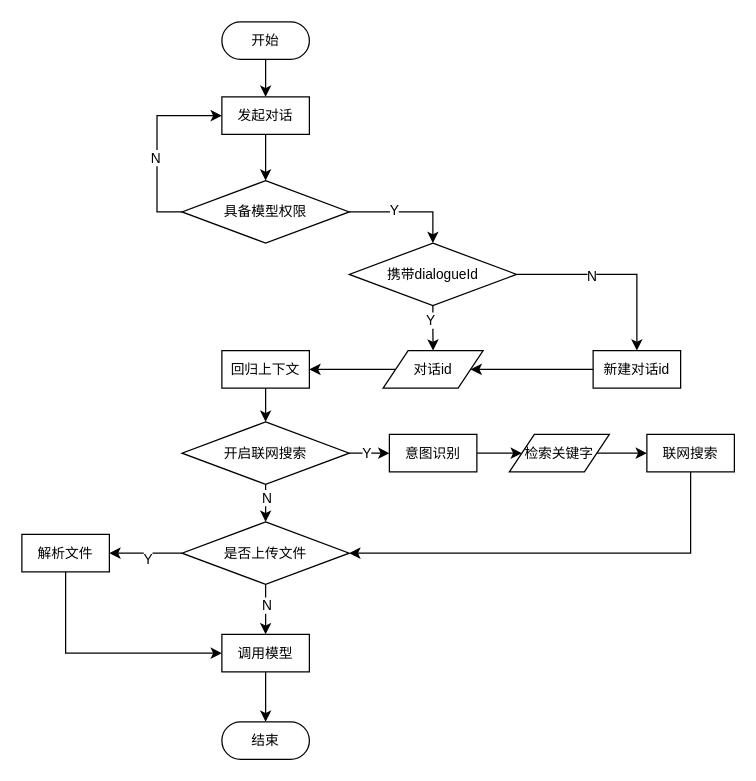
This is page "第 5 页" (5 of 21) of 程序流程图合集.drawio from Chentx1243/draw.io, a draw.io file, before an edit. Source tidied: cells renumbered, new cells numbered last; positions are measured from the earlier drawing's top-left corner, leaving out a move shared by most shapes. Both pictures are drawn from the tidied source at 125%, with x=0, y=0 at pixel (21, 21).
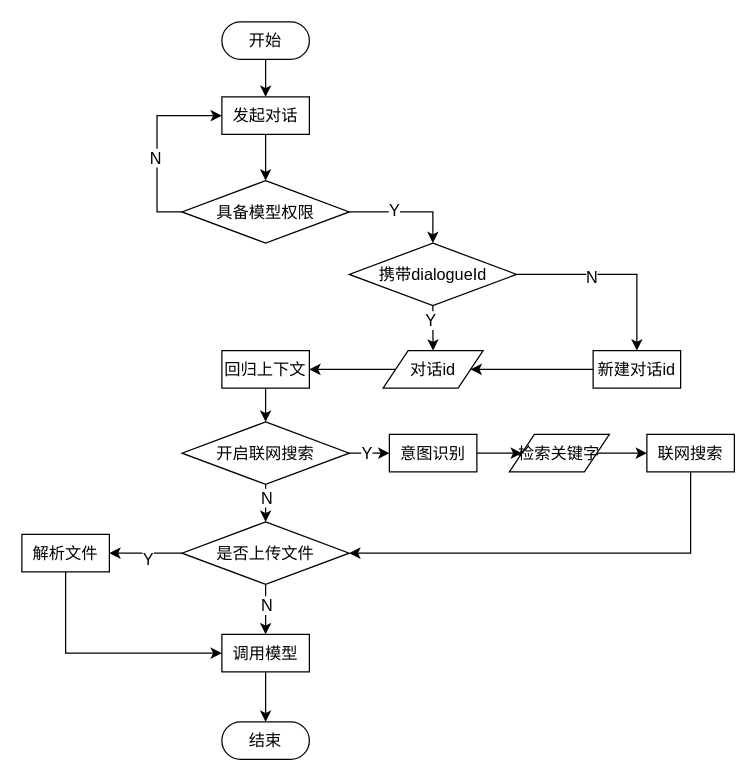
After the change.

Diff of the diagram source:
```diff
@@
-    <mxCell id="2" style="edgeStyle=orthogonalEdgeStyle;rounded=0;jettySize=auto;html=1;" parent="1" edge="1" source="3" target="5">
+    <mxCell id="2" style="edgeStyle=orthogonalEdgeStyle;rounded=0;jettySize=auto;html=1;fontSize=13;fontFamily=宋体;" parent="1" edge="1" source="3" target="5">
       <mxGeometry relative="1" as="geometry" />
     </mxCell>
-    <mxCell id="3" value="&lt;font face=&quot;宋体&quot; style=&quot;font-size: 11px;&quot;&gt;开始&lt;/font&gt;" style="rounded=1;whiteSpace=wrap;html=1;arcSize=50;" parent="1" vertex="1">
+    <mxCell id="3" value="&lt;font&gt;开始&lt;/font&gt;" style="rounded=1;whiteSpace=wrap;html=1;arcSize=50;fontSize=13;fontFamily=宋体;" parent="1" vertex="1">
       <mxGeometry x="160" width="70" height="30" as="geometry" />
     </mxCell>
-    <mxCell id="4" style="edgeStyle=orthogonalEdgeStyle;rounded=0;jettySize=auto;html=1;" parent="1" edge="1" source="5" target="10">
+    <mxCell id="4" style="edgeStyle=orthogonalEdgeStyle;rounded=0;jettySize=auto;html=1;fontSize=13;fontFamily=宋体;" parent="1" edge="1" source="5" target="10">
       <mxGeometry relative="1" as="geometry" />
     </mxCell>
-    <mxCell id="5" value="&lt;font face=&quot;宋体&quot;&gt;&lt;span style=&quot;font-size: 11px;&quot;&gt;发起对话&lt;/span&gt;&lt;/font&gt;" style="rounded=0;whiteSpace=wrap;html=1;" parent="1" vertex="1">
+    <mxCell id="5" value="&lt;font&gt;&lt;span&gt;发起对话&lt;/span&gt;&lt;/font&gt;" style="rounded=0;whiteSpace=wrap;html=1;fontSize=13;fontFamily=宋体;" parent="1" vertex="1">
       <mxGeometry x="160" y="60" width="70" height="30" as="geometry" />
     </mxCell>
-    <mxCell id="6" style="edgeStyle=orthogonalEdgeStyle;rounded=0;jettySize=auto;html=1;entryX=0;entryY=0.5;entryDx=0;entryDy=0;exitX=0;exitY=0.5;exitDx=0;exitDy=0;" parent="1" edge="1" source="10" target="5">
+    <mxCell id="6" style="edgeStyle=orthogonalEdgeStyle;rounded=0;jettySize=auto;html=1;entryX=0;entryY=0.5;entryDx=0;entryDy=0;exitX=0;exitY=0.5;exitDx=0;exitDy=0;fontSize=13;fontFamily=宋体;" parent="1" edge="1" source="10" target="5">
       <mxGeometry relative="1" as="geometry" />
     </mxCell>
-    <mxCell id="7" value="N" style="edgeLabel;html=1;align=center;verticalAlign=middle;fontFamily=宋体;" parent="6" vertex="1">
+    <mxCell id="7" value="N" style="edgeLabel;html=1;align=center;verticalAlign=middle;fontFamily=宋体;fontSize=13;" parent="6" vertex="1">
       <mxGeometry x="-0.14" y="2" relative="1" as="geometry" />
     </mxCell>
-    <mxCell id="8" style="edgeStyle=orthogonalEdgeStyle;rounded=0;jettySize=auto;html=1;entryX=0.5;entryY=0;entryDx=0;entryDy=0;exitX=1;exitY=0.5;exitDx=0;exitDy=0;" parent="1" edge="1" source="10" target="15">
+    <mxCell id="8" style="edgeStyle=orthogonalEdgeStyle;rounded=0;jettySize=auto;html=1;entryX=0.5;entryY=0;entryDx=0;entryDy=0;exitX=1;exitY=0.5;exitDx=0;exitDy=0;fontSize=13;fontFamily=宋体;" parent="1" edge="1" source="10" target="15">
       <mxGeometry relative="1" as="geometry" />
     </mxCell>
-    <mxCell id="9" value="Y" style="edgeLabel;html=1;align=center;verticalAlign=middle;fontFamily=宋体;" parent="8" vertex="1">
+    <mxCell id="9" value="Y" style="edgeLabel;html=1;align=center;verticalAlign=middle;fontFamily=宋体;fontSize=13;" parent="8" vertex="1">
       <mxGeometry x="-0.21" y="2" relative="1" as="geometry" />
     </mxCell>
-    <mxCell id="10" value="&lt;font face=&quot;宋体&quot;&gt;&lt;span style=&quot;font-size: 11px;&quot;&gt;具备模型权限&lt;/span&gt;&lt;/font&gt;" style="rhombus;whiteSpace=wrap;html=1;" parent="1" vertex="1">
+    <mxCell id="10" value="&lt;font&gt;&lt;span&gt;具备模型权限&lt;/span&gt;&lt;/font&gt;" style="rhombus;whiteSpace=wrap;html=1;fontSize=13;fontFamily=宋体;" parent="1" vertex="1">
       <mxGeometry x="128.1" y="127" width="133.8" height="50" as="geometry" />
     </mxCell>
-    <mxCell id="11" style="edgeStyle=orthogonalEdgeStyle;rounded=0;jettySize=auto;html=1;" parent="1" edge="1" source="15" target="17">
+    <mxCell id="11" style="edgeStyle=orthogonalEdgeStyle;rounded=0;jettySize=auto;html=1;fontSize=13;fontFamily=宋体;" parent="1" edge="1" source="15" target="17">
       <mxGeometry relative="1" as="geometry" />
     </mxCell>
-    <mxCell id="12" value="N" style="edgeLabel;html=1;align=center;verticalAlign=middle;fontFamily=宋体;" parent="11" vertex="1">
+    <mxCell id="12" value="N" style="edgeLabel;html=1;align=center;verticalAlign=middle;fontFamily=宋体;fontSize=13;" parent="11" vertex="1">
       <mxGeometry x="-0.24" y="-1" relative="1" as="geometry" />
     </mxCell>
-    <mxCell id="13" style="edgeStyle=orthogonalEdgeStyle;rounded=0;jettySize=auto;html=1;" parent="1" edge="1" source="15" target="21">
+    <mxCell id="13" style="edgeStyle=orthogonalEdgeStyle;rounded=0;jettySize=auto;html=1;fontSize=13;fontFamily=宋体;" parent="1" edge="1" source="15" target="21">
       <mxGeometry relative="1" as="geometry" />
     </mxCell>
-    <mxCell id="14" value="Y" style="edgeLabel;html=1;align=center;verticalAlign=middle;fontFamily=宋体;" parent="13" vertex="1">
+    <mxCell id="14" value="Y" style="edgeLabel;html=1;align=center;verticalAlign=middle;fontFamily=宋体;fontSize=13;" parent="13" vertex="1">
       <mxGeometry x="-0.33" y="-2" relative="1" as="geometry" />
     </mxCell>
-    <mxCell id="15" value="&lt;font face=&quot;宋体&quot;&gt;&lt;span style=&quot;font-size: 11px;&quot;&gt;携带dialogueId&lt;/span&gt;&lt;/font&gt;" style="rhombus;whiteSpace=wrap;html=1;" parent="1" vertex="1">
+    <mxCell id="15" value="&lt;font&gt;&lt;span&gt;携带dialogueId&lt;/span&gt;&lt;/font&gt;" style="rhombus;whiteSpace=wrap;html=1;fontSize=13;fontFamily=宋体;" parent="1" vertex="1">
       <mxGeometry x="261.9" y="177" width="133.8" height="50" as="geometry" />
     </mxCell>
-    <mxCell id="16" style="edgeStyle=orthogonalEdgeStyle;rounded=0;jettySize=auto;html=1;" parent="1" edge="1" source="17" target="21">
+    <mxCell id="16" style="edgeStyle=orthogonalEdgeStyle;rounded=0;jettySize=auto;html=1;fontSize=13;fontFamily=宋体;" parent="1" edge="1" source="17" target="21">
       <mxGeometry relative="1" as="geometry" />
     </mxCell>
-    <mxCell id="17" value="&lt;font face=&quot;宋体&quot;&gt;&lt;span style=&quot;font-size: 11px;&quot;&gt;新建对话id&lt;/span&gt;&lt;/font&gt;" style="rounded=0;whiteSpace=wrap;html=1;" parent="1" vertex="1">
+    <mxCell id="17" value="&lt;font&gt;&lt;span&gt;新建对话id&lt;/span&gt;&lt;/font&gt;" style="rounded=0;whiteSpace=wrap;html=1;fontSize=13;fontFamily=宋体;" parent="1" vertex="1">
       <mxGeometry x="457" y="263" width="70" height="30" as="geometry" />
     </mxCell>
-    <mxCell id="18" style="edgeStyle=orthogonalEdgeStyle;rounded=0;jettySize=auto;html=1;" parent="1" edge="1" source="19" target="29">
+    <mxCell id="18" style="edgeStyle=orthogonalEdgeStyle;rounded=0;jettySize=auto;html=1;fontSize=13;fontFamily=宋体;" parent="1" edge="1" source="19" target="29">
       <mxGeometry relative="1" as="geometry" />
     </mxCell>
-    <mxCell id="19" value="&lt;font face=&quot;宋体&quot;&gt;&lt;span style=&quot;font-size: 11px;&quot;&gt;回归上下文&lt;/span&gt;&lt;/font&gt;" style="rounded=0;whiteSpace=wrap;html=1;" parent="1" vertex="1">
+    <mxCell id="19" value="&lt;font&gt;&lt;span&gt;回归上下文&lt;/span&gt;&lt;/font&gt;" style="rounded=0;whiteSpace=wrap;html=1;fontSize=13;fontFamily=宋体;" parent="1" vertex="1">
       <mxGeometry x="160" y="263" width="70" height="30" as="geometry" />
     </mxCell>
-    <mxCell id="20" style="edgeStyle=orthogonalEdgeStyle;rounded=0;jettySize=auto;html=1;" parent="1" edge="1" source="21" target="19">
+    <mxCell id="20" style="edgeStyle=orthogonalEdgeStyle;rounded=0;jettySize=auto;html=1;fontSize=13;fontFamily=宋体;" parent="1" edge="1" source="21" target="19">
       <mxGeometry relative="1" as="geometry" />
     </mxCell>
-    <mxCell id="21" value="&lt;font face=&quot;宋体&quot;&gt;&lt;span style=&quot;font-size: 11px;&quot;&gt;对话id&lt;/span&gt;&lt;/font&gt;" style="shape=parallelogram;perimeter=parallelogramPerimeter;whiteSpace=wrap;html=1;fixedSize=1;" parent="1" vertex="1">
+    <mxCell id="21" value="&lt;font&gt;&lt;span&gt;对话id&lt;/span&gt;&lt;/font&gt;" style="shape=parallelogram;perimeter=parallelogramPerimeter;whiteSpace=wrap;html=1;fixedSize=1;fontSize=13;fontFamily=宋体;" parent="1" vertex="1">
       <mxGeometry x="289" y="263" width="80" height="30" as="geometry" />
     </mxCell>
-    <mxCell id="22" style="edgeStyle=orthogonalEdgeStyle;rounded=0;jettySize=auto;html=1;" parent="1" edge="1" source="23" target="24">
+    <mxCell id="22" style="edgeStyle=orthogonalEdgeStyle;rounded=0;jettySize=auto;html=1;fontSize=13;fontFamily=宋体;" parent="1" edge="1" source="23" target="24">
       <mxGeometry relative="1" as="geometry" />
     </mxCell>
-    <mxCell id="23" value="&lt;font face=&quot;宋体&quot;&gt;&lt;span style=&quot;font-size: 11px;&quot;&gt;调用模型&lt;/span&gt;&lt;/font&gt;" style="rounded=0;whiteSpace=wrap;html=1;" parent="1" vertex="1">
+    <mxCell id="23" value="&lt;font&gt;&lt;span&gt;调用模型&lt;/span&gt;&lt;/font&gt;" style="rounded=0;whiteSpace=wrap;html=1;fontSize=13;fontFamily=宋体;" parent="1" vertex="1">
       <mxGeometry x="160" y="490" width="70" height="30" as="geometry" />
     </mxCell>
-    <mxCell id="24" value="&lt;font face=&quot;宋体&quot; style=&quot;font-size: 11px;&quot;&gt;结束&lt;/font&gt;" style="rounded=1;whiteSpace=wrap;html=1;arcSize=50;" parent="1" vertex="1">
+    <mxCell id="24" value="&lt;font&gt;结束&lt;/font&gt;" style="rounded=1;whiteSpace=wrap;html=1;arcSize=50;fontSize=13;fontFamily=宋体;" parent="1" vertex="1">
       <mxGeometry x="160" y="560" width="70" height="30" as="geometry" />
     </mxCell>
-    <mxCell id="25" style="edgeStyle=orthogonalEdgeStyle;rounded=0;jettySize=auto;html=1;" parent="1" edge="1" source="29" target="31">
+    <mxCell id="25" style="edgeStyle=orthogonalEdgeStyle;rounded=0;jettySize=auto;html=1;fontSize=13;fontFamily=宋体;" parent="1" edge="1" source="29" target="31">
       <mxGeometry relative="1" as="geometry" />
     </mxCell>
-    <mxCell id="26" value="Y" style="edgeLabel;html=1;align=center;verticalAlign=middle;fontFamily=宋体;" parent="25" vertex="1">
+    <mxCell id="26" value="Y" style="edgeLabel;html=1;align=center;verticalAlign=middle;fontFamily=宋体;fontSize=13;" parent="25" vertex="1">
       <mxGeometry x="0.2" y="1" relative="1" as="geometry" />
     </mxCell>
-    <mxCell id="27" style="edgeStyle=orthogonalEdgeStyle;rounded=0;jettySize=auto;html=1;entryX=0.5;entryY=0;entryDx=0;entryDy=0;exitX=0.5;exitY=1;exitDx=0;exitDy=0;" parent="1" edge="1" source="29" target="36">
+    <mxCell id="27" style="edgeStyle=orthogonalEdgeStyle;rounded=0;jettySize=auto;html=1;entryX=0.5;entryY=0;entryDx=0;entryDy=0;exitX=0.5;exitY=1;exitDx=0;exitDy=0;fontSize=13;fontFamily=宋体;" parent="1" edge="1" source="29" target="36">
       <mxGeometry relative="1" as="geometry" />
     </mxCell>
-    <mxCell id="28" value="N" style="edgeLabel;html=1;align=center;verticalAlign=middle;fontFamily=宋体;" parent="27" vertex="1">
+    <mxCell id="28" value="N" style="edgeLabel;html=1;align=center;verticalAlign=middle;fontFamily=宋体;fontSize=13;" parent="27" vertex="1">
       <mxGeometry x="0.33" y="-2" relative="1" as="geometry">
         <mxPoint x="2" y="-10" as="offset" />
       </mxGeometry>
     </mxCell>
-    <mxCell id="29" value="&lt;font face=&quot;宋体&quot;&gt;&lt;span style=&quot;font-size: 11px;&quot;&gt;开启联网搜索&lt;/span&gt;&lt;/font&gt;" style="rhombus;whiteSpace=wrap;html=1;" parent="1" vertex="1">
+    <mxCell id="29" value="&lt;font&gt;&lt;span&gt;开启联网搜索&lt;/span&gt;&lt;/font&gt;" style="rhombus;whiteSpace=wrap;html=1;fontSize=13;fontFamily=宋体;" parent="1" vertex="1">
       <mxGeometry x="128.1" y="320" width="133.8" height="50" as="geometry" />
     </mxCell>
-    <mxCell id="30" style="edgeStyle=orthogonalEdgeStyle;rounded=0;jettySize=auto;html=1;" parent="1" edge="1" source="31" target="40">
+    <mxCell id="30" style="edgeStyle=orthogonalEdgeStyle;rounded=0;jettySize=auto;html=1;fontSize=13;fontFamily=宋体;" parent="1" edge="1" source="31" target="40">
       <mxGeometry relative="1" as="geometry" />
     </mxCell>
-    <mxCell id="31" value="&lt;font face=&quot;宋体&quot;&gt;&lt;span style=&quot;font-size: 11px;&quot;&gt;意图识别&lt;/span&gt;&lt;/font&gt;" style="rounded=0;whiteSpace=wrap;html=1;" parent="1" vertex="1">
+    <mxCell id="31" value="&lt;font&gt;&lt;span&gt;意图识别&lt;/span&gt;&lt;/font&gt;" style="rounded=0;whiteSpace=wrap;html=1;fontSize=13;fontFamily=宋体;" parent="1" vertex="1">
       <mxGeometry x="294" y="330" width="70" height="30" as="geometry" />
     </mxCell>
-    <mxCell id="32" style="edgeStyle=orthogonalEdgeStyle;rounded=0;jettySize=auto;html=1;" parent="1" edge="1" source="36" target="42">
+    <mxCell id="32" style="edgeStyle=orthogonalEdgeStyle;rounded=0;jettySize=auto;html=1;fontSize=13;fontFamily=宋体;" parent="1" edge="1" source="36" target="42">
       <mxGeometry relative="1" as="geometry" />
     </mxCell>
-    <mxCell id="33" value="Y" style="edgeLabel;html=1;align=center;verticalAlign=middle;fontFamily=宋体;" parent="32" vertex="1">
+    <mxCell id="33" value="Y" style="edgeLabel;html=1;align=center;verticalAlign=middle;fontFamily=宋体;fontSize=13;" parent="32" vertex="1">
       <mxGeometry x="-0.03" y="4" relative="1" as="geometry" />
     </mxCell>
-    <mxCell id="34" style="edgeStyle=orthogonalEdgeStyle;rounded=0;jettySize=auto;html=1;exitX=0.5;exitY=1;exitDx=0;exitDy=0;entryX=0.5;entryY=0;entryDx=0;entryDy=0;" parent="1" edge="1" source="36" target="23">
+    <mxCell id="34" style="edgeStyle=orthogonalEdgeStyle;rounded=0;jettySize=auto;html=1;exitX=0.5;exitY=1;exitDx=0;exitDy=0;entryX=0.5;entryY=0;entryDx=0;entryDy=0;fontSize=13;fontFamily=宋体;" parent="1" edge="1" source="36" target="23">
       <mxGeometry relative="1" as="geometry" />
     </mxCell>
-    <mxCell id="35" value="N" style="edgeLabel;html=1;align=center;verticalAlign=middle;fontFamily=宋体;" parent="34" vertex="1">
+    <mxCell id="35" value="N" style="edgeLabel;html=1;align=center;verticalAlign=middle;fontFamily=宋体;fontSize=13;" parent="34" vertex="1">
       <mxGeometry x="-0.22" relative="1" as="geometry" />
     </mxCell>
-    <mxCell id="36" value="&lt;font face=&quot;宋体&quot;&gt;&lt;span style=&quot;font-size: 11px;&quot;&gt;是否上传文件&lt;/span&gt;&lt;/font&gt;" style="rhombus;whiteSpace=wrap;html=1;" parent="1" vertex="1">
+    <mxCell id="36" value="&lt;font&gt;&lt;span&gt;是否上传文件&lt;/span&gt;&lt;/font&gt;" style="rhombus;whiteSpace=wrap;html=1;fontSize=13;fontFamily=宋体;" parent="1" vertex="1">
       <mxGeometry x="128.1" y="400" width="133.8" height="50" as="geometry" />
     </mxCell>
-    <mxCell id="37" style="edgeStyle=orthogonalEdgeStyle;rounded=0;jettySize=auto;html=1;entryX=1;entryY=0.5;entryDx=0;entryDy=0;exitX=0.5;exitY=1;exitDx=0;exitDy=0;" parent="1" edge="1" source="38" target="36">
+    <mxCell id="37" style="edgeStyle=orthogonalEdgeStyle;rounded=0;jettySize=auto;html=1;entryX=1;entryY=0.5;entryDx=0;entryDy=0;exitX=0.5;exitY=1;exitDx=0;exitDy=0;fontSize=13;fontFamily=宋体;" parent="1" edge="1" source="38" target="36">
       <mxGeometry relative="1" as="geometry" />
     </mxCell>
-    <mxCell id="38" value="&lt;font face=&quot;宋体&quot;&gt;&lt;span style=&quot;font-size: 11px;&quot;&gt;联网搜索&lt;/span&gt;&lt;/font&gt;" style="rounded=0;whiteSpace=wrap;html=1;" parent="1" vertex="1">
+    <mxCell id="38" value="&lt;font&gt;&lt;span&gt;联网搜索&lt;/span&gt;&lt;/font&gt;" style="rounded=0;whiteSpace=wrap;html=1;fontSize=13;fontFamily=宋体;" parent="1" vertex="1">
       <mxGeometry x="500" y="330" width="70" height="30" as="geometry" />
     </mxCell>
-    <mxCell id="39" style="edgeStyle=orthogonalEdgeStyle;rounded=0;jettySize=auto;html=1;" parent="1" edge="1" source="40" target="38">
+    <mxCell id="39" style="edgeStyle=orthogonalEdgeStyle;rounded=0;jettySize=auto;html=1;fontSize=13;fontFamily=宋体;" parent="1" edge="1" source="40" target="38">
       <mxGeometry relative="1" as="geometry" />
     </mxCell>
-    <mxCell id="40" value="&lt;font face=&quot;宋体&quot;&gt;&lt;span style=&quot;font-size: 11px;&quot;&gt;检索关键字&lt;/span&gt;&lt;/font&gt;" style="shape=parallelogram;perimeter=parallelogramPerimeter;whiteSpace=wrap;html=1;fixedSize=1;" parent="1" vertex="1">
+    <mxCell id="40" value="&lt;font&gt;&lt;span&gt;检索关键字&lt;/span&gt;&lt;/font&gt;" style="shape=parallelogram;perimeter=parallelogramPerimeter;whiteSpace=wrap;html=1;fixedSize=1;fontSize=13;fontFamily=宋体;" parent="1" vertex="1">
       <mxGeometry x="390" y="330" width="80" height="30" as="geometry" />
     </mxCell>
-    <mxCell id="41" style="edgeStyle=orthogonalEdgeStyle;rounded=0;jettySize=auto;html=1;entryX=0;entryY=0.5;entryDx=0;entryDy=0;exitX=0.5;exitY=1;exitDx=0;exitDy=0;" parent="1" edge="1" source="42" target="23">
+    <mxCell id="41" style="edgeStyle=orthogonalEdgeStyle;rounded=0;jettySize=auto;html=1;entryX=0;entryY=0.5;entryDx=0;entryDy=0;exitX=0.5;exitY=1;exitDx=0;exitDy=0;fontSize=13;fontFamily=宋体;" parent="1" edge="1" source="42" target="23">
       <mxGeometry relative="1" as="geometry" />
     </mxCell>
-    <mxCell id="42" value="&lt;font face=&quot;宋体&quot;&gt;&lt;span style=&quot;font-size: 11px;&quot;&gt;解析文件&lt;/span&gt;&lt;/font&gt;" style="rounded=0;whiteSpace=wrap;html=1;" parent="1" vertex="1">
+    <mxCell id="42" value="&lt;font&gt;&lt;span&gt;解析文件&lt;/span&gt;&lt;/font&gt;" style="rounded=0;whiteSpace=wrap;html=1;fontSize=13;fontFamily=宋体;" parent="1" vertex="1">
       <mxGeometry y="410" width="70" height="30" as="geometry" />
     </mxCell>
```
